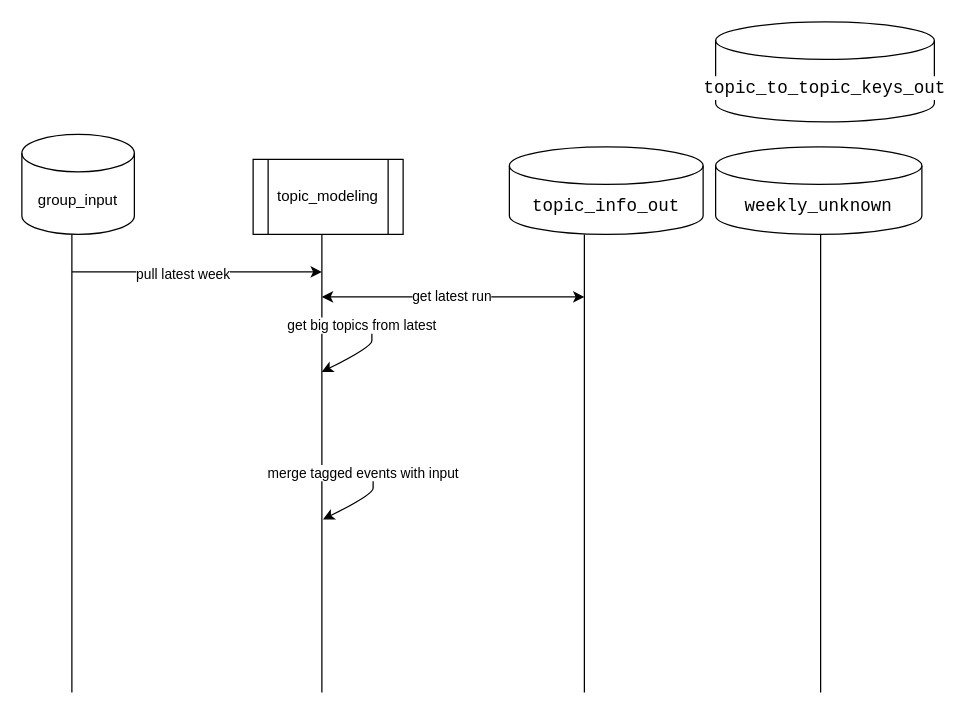
Above: questtions Diagram.drawio in hasann716/gdp-dashboard (draw.io), before the change. Source tidied: cells renumbered, new cells numbered last; positions are measured from the earlier drawing's top-left corner, leaving out a move shared by most shapes. Both pictures are drawn from the tidied source at 125%, with x=0, y=0 at pixel (21, 21).
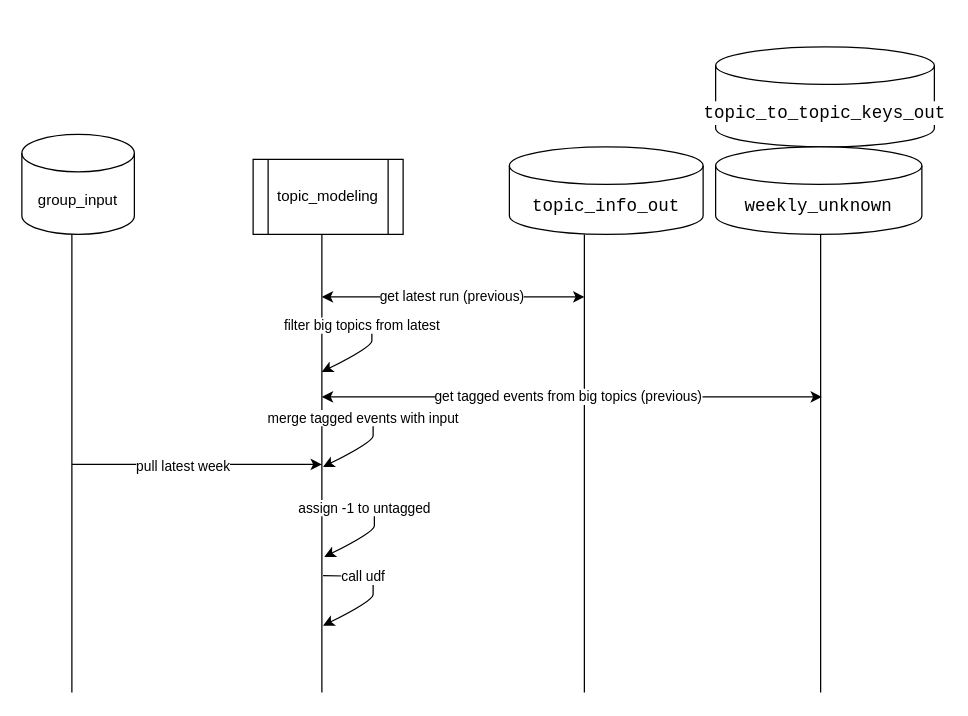
The same diagram, later.

The change refers to these unchanged cells:
```xml
<mxCell id="13" style="endArrow=classic;html=1;rounded=0;startArrow=classic;startFill=1;" parent="1" edge="1">
  <mxGeometry relative="1" as="geometry">
    <mxPoint x="240" y="220" as="sourcePoint" />
    <mxPoint x="450" y="220" as="targetPoint" />
  </mxGeometry>
</mxCell>
<mxCell id="15" style="curved=1;endArrow=classic;html=1;rounded=0;" parent="1" edge="1">
  <mxGeometry relative="1" as="geometry">
    <mxPoint x="240" y="240" as="sourcePoint" />
    <mxPoint x="240" y="280" as="targetPoint" />
    <Array as="points">
      <mxPoint x="280" y="240" />
      <mxPoint x="280" y="250" />
      <mxPoint x="280" y="260" />
    </Array>
  </mxGeometry>
</mxCell>
```

The edit, as a diff of the source:
```diff
@@
     <mxCell id="3" value="&lt;div style=&quot;background-color: rgb(255, 255, 255); font-family: Consolas, &amp;quot;Courier New&amp;quot;, monospace; font-size: 14px; line-height: 19px; white-space: pre;&quot;&gt;topic_to_topic_keys_out&lt;/div&gt;" style="shape=cylinder3;whiteSpace=wrap;html=1;boundedLbl=1;backgroundOutline=1;size=15;" parent="1" vertex="1">
-      <mxGeometry x="555" width="175" height="80" as="geometry" />
+      <mxGeometry x="555" y="20" width="175" height="80" as="geometry" />
     </mxCell>
@@
     <mxCell id="11" style="endArrow=classic;html=1;rounded=0;" parent="1" edge="1">
       <mxGeometry relative="1" as="geometry">
-        <mxPoint x="40" y="200" as="sourcePoint" />
-        <mxPoint x="240" y="200" as="targetPoint" />
+        <mxPoint x="40" y="354" as="sourcePoint" />
+        <mxPoint x="240" y="354" as="targetPoint" />
       </mxGeometry>
     </mxCell>
@@
-    <mxCell id="14" value="get latest run" style="edgeLabel;html=1;align=center;verticalAlign=middle;" parent="13" vertex="1">
+    <mxCell id="14" value="get latest run (previous)" style="edgeLabel;html=1;align=center;verticalAlign=middle;" parent="13" vertex="1">
       <mxGeometry x="-0.02" y="1" relative="1" as="geometry" />
     </mxCell>
@@
-    <mxCell id="16" value="get big topics from latest" style="edgeLabel;html=1;align=center;verticalAlign=middle;" parent="15" vertex="1">
+    <mxCell id="16" value="filter big topics from latest" style="edgeLabel;html=1;align=center;verticalAlign=middle;" parent="15" vertex="1">
       <mxGeometry x="-0.41" y="-2" relative="1" as="geometry" />
     </mxCell>
     <mxCell id="17" style="curved=1;endArrow=classic;html=1;rounded=0;" parent="1" edge="1">
       <mxGeometry relative="1" as="geometry">
-        <mxPoint x="241" y="358" as="sourcePoint" />
-        <mxPoint x="241" y="398" as="targetPoint" />
+        <mxPoint x="241" y="316" as="sourcePoint" />
+        <mxPoint x="241" y="356" as="targetPoint" />
         <Array as="points">
-          <mxPoint x="281" y="358" />
-          <mxPoint x="281" y="368" />
-          <mxPoint x="281" y="378" />
+          <mxPoint x="281" y="316" />
+          <mxPoint x="281" y="326" />
+          <mxPoint x="281" y="336" />
         </Array>
       </mxGeometry>
     </mxCell>
     <mxCell id="18" value="merge tagged events with input" style="edgeLabel;html=1;align=center;verticalAlign=middle;" parent="17" vertex="1">
-      <mxGeometry x="-0.41" y="-2" relative="1" as="geometry" />
+      <mxGeometry x="-0.41" y="-2" relative="1" as="geometry">
+        <mxPoint y="-2" as="offset" />
+      </mxGeometry>
     </mxCell>
+    <mxCell id="19" style="endArrow=classic;html=1;rounded=0;startArrow=classic;startFill=1;" parent="1" edge="1">
+      <mxGeometry relative="1" as="geometry">
+        <mxPoint x="240" y="300" as="sourcePoint" />
+        <mxPoint x="640" y="300" as="targetPoint" />
+      </mxGeometry>
+    </mxCell>
+    <mxCell id="20" value="get tagged events from big topics (previous)" style="edgeLabel;html=1;align=center;verticalAlign=middle;" parent="19" vertex="1">
+      <mxGeometry x="-0.02" y="1" relative="1" as="geometry" />
+    </mxCell>
+    <mxCell id="21" style="curved=1;endArrow=classic;html=1;rounded=0;" parent="1" edge="1">
+      <mxGeometry relative="1" as="geometry">
+        <mxPoint x="242" y="388" as="sourcePoint" />
+        <mxPoint x="242" y="428" as="targetPoint" />
+        <Array as="points">
+          <mxPoint x="282" y="388" />
+          <mxPoint x="282" y="398" />
+          <mxPoint x="282" y="408" />
+        </Array>
+      </mxGeometry>
+    </mxCell>
+    <mxCell id="22" value="assign -1 to untagged" style="edgeLabel;html=1;align=center;verticalAlign=middle;" parent="21" vertex="1">
+      <mxGeometry x="-0.41" y="-2" relative="1" as="geometry">
+        <mxPoint y="-2" as="offset" />
+      </mxGeometry>
+    </mxCell>
+    <mxCell id="23" style="curved=1;endArrow=classic;html=1;rounded=0;" parent="1" edge="1">
+      <mxGeometry relative="1" as="geometry">
+        <mxPoint x="241" y="443" as="sourcePoint" />
+        <mxPoint x="241" y="483" as="targetPoint" />
+        <Array as="points">
+          <mxPoint x="281" y="443" />
+          <mxPoint x="281" y="453" />
+          <mxPoint x="281" y="463" />
+        </Array>
+      </mxGeometry>
+    </mxCell>
+    <mxCell id="24" value="call udf" style="edgeLabel;html=1;align=center;verticalAlign=middle;" parent="23" vertex="1">
+      <mxGeometry x="-0.41" y="-2" relative="1" as="geometry">
+        <mxPoint y="-2" as="offset" />
+      </mxGeometry>
+    </mxCell>
```
